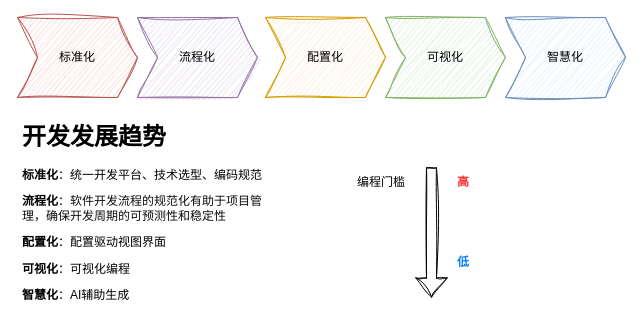
The draw.io diagram 低代码—zebras建设思路.drawio in tangyaosimida/love, before the edit. Source tidied: cells renumbered, new cells numbered last; positions are measured from the earlier drawing's top-left corner, leaving out a move shared by most shapes. Both pictures are drawn from the tidied source at 100%, with x=0, y=0 at pixel (17, 17).
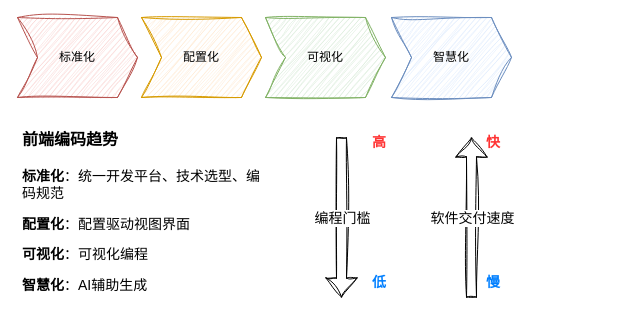
Above is the later version.

Commit message:
更新低代码—zebras建设思路.drawio

Change to the diagram source:
```diff
@@
 <mxGraphModel>
   <root>
     <mxCell id="0" />
     <mxCell id="1" parent="0" />
     <mxCell id="2" value="标准化" style="shape=step;perimeter=stepPerimeter;whiteSpace=wrap;html=1;fixedSize=1;fillColor=#f8cecc;strokeColor=#b85450;rounded=0;sketch=1;curveFitting=1;jiggle=2;" parent="1" vertex="1">
       <mxGeometry width="120" height="80" as="geometry" />
     </mxCell>
-    <mxCell id="3" value="流程化" style="shape=step;perimeter=stepPerimeter;whiteSpace=wrap;html=1;fixedSize=1;fillColor=#e1d5e7;strokeColor=#9673a6;rounded=0;sketch=1;curveFitting=1;jiggle=2;" parent="1" vertex="1">
-      <mxGeometry x="120" width="120" height="80" as="geometry" />
-    </mxCell>
     <mxCell id="4" value="配置化" style="shape=step;perimeter=stepPerimeter;whiteSpace=wrap;html=1;fixedSize=1;fillColor=#ffe6cc;strokeColor=#d79b00;rounded=0;sketch=1;curveFitting=1;jiggle=2;" parent="1" vertex="1">
-      <mxGeometry x="248" width="120" height="80" as="geometry" />
+      <mxGeometry x="124" width="120" height="80" as="geometry" />
     </mxCell>
     <mxCell id="5" value="可视化" style="shape=step;perimeter=stepPerimeter;whiteSpace=wrap;html=1;fixedSize=1;fillColor=#d5e8d4;strokeColor=#82b366;rounded=0;sketch=1;curveFitting=1;jiggle=2;" parent="1" vertex="1">
-      <mxGeometry x="368" width="120" height="80" as="geometry" />
+      <mxGeometry x="248" width="120" height="80" as="geometry" />
     </mxCell>
     <mxCell id="6" value="智慧化" style="shape=step;perimeter=stepPerimeter;whiteSpace=wrap;html=1;fixedSize=1;fillColor=#dae8fc;strokeColor=#6c8ebf;rounded=0;sketch=1;curveFitting=1;jiggle=2;" parent="1" vertex="1">
-      <mxGeometry x="488" width="120" height="80" as="geometry" />
+      <mxGeometry x="374" width="120" height="80" as="geometry" />
     </mxCell>
-    <mxCell id="7" value="&lt;h1&gt;开发发展趋势&lt;/h1&gt;&lt;p&gt;&lt;b&gt;标准化&lt;/b&gt;：统一开发平台、技术选型、编码规范&lt;/p&gt;&lt;p&gt;&lt;b&gt;流程化&lt;/b&gt;：&lt;span style=&quot;background-color: rgb(255, 255, 255); color: rgb(13, 13, 13); white-space-collapse: preserve;&quot;&gt;&lt;font face=&quot;Helvetica&quot; style=&quot;font-size: 12px;&quot;&gt;软件开发流程的规范化有助于项目管理，确保开发周期的可预测性和稳定性&lt;/font&gt;&lt;/span&gt;&lt;/p&gt;&lt;p&gt;&lt;b&gt;配置化&lt;/b&gt;：配置驱动视图界面&lt;/p&gt;&lt;p&gt;&lt;b&gt;可视化&lt;/b&gt;：可视化编程&lt;/p&gt;&lt;p&gt;&lt;b&gt;智慧化&lt;/b&gt;：AI辅助生成&lt;/p&gt;&lt;p&gt;&lt;br&gt;&lt;/p&gt;" style="text;html=1;spacing=5;spacingTop=-20;whiteSpace=wrap;overflow=hidden;rounded=0;sketch=1;curveFitting=1;jiggle=2;" parent="1" vertex="1">
+    <mxCell id="7" value="&lt;h1&gt;&lt;font style=&quot;font-size: 16px;&quot;&gt;前端编码趋势&lt;/font&gt;&lt;/h1&gt;&lt;p style=&quot;font-size: 14px;&quot;&gt;&lt;font style=&quot;font-size: 14px;&quot;&gt;&lt;b style=&quot;&quot;&gt;标准化&lt;/b&gt;：统一开发平台、技术选型、编码规范&lt;/font&gt;&lt;/p&gt;&lt;p style=&quot;font-size: 14px;&quot;&gt;&lt;font style=&quot;font-size: 14px;&quot;&gt;&lt;b&gt;配置化&lt;/b&gt;：配置驱动视图界面&lt;/font&gt;&lt;/p&gt;&lt;p style=&quot;font-size: 14px;&quot;&gt;&lt;font style=&quot;font-size: 14px;&quot;&gt;&lt;b&gt;可视化&lt;/b&gt;：可视化编程&lt;/font&gt;&lt;/p&gt;&lt;p style=&quot;font-size: 14px;&quot;&gt;&lt;font style=&quot;font-size: 14px;&quot;&gt;&lt;b style=&quot;&quot;&gt;智慧化&lt;/b&gt;：AI辅助生成&lt;/font&gt;&lt;/p&gt;&lt;p&gt;&lt;br&gt;&lt;/p&gt;" style="text;html=1;spacing=5;spacingTop=-20;whiteSpace=wrap;overflow=hidden;rounded=0;sketch=1;curveFitting=1;jiggle=2;" parent="1" vertex="1">
       <mxGeometry y="100" width="254" height="190" as="geometry" />
     </mxCell>
-    <mxCell id="8" value="高" style="text;html=1;align=center;verticalAlign=middle;whiteSpace=wrap;rounded=0;fontStyle=1;fontColor=#FF3333;sketch=1;curveFitting=1;jiggle=2;" parent="1" vertex="1">
-      <mxGeometry x="428" y="150" width="36" height="30" as="geometry" />
+    <mxCell id="8" value="&lt;font style=&quot;font-size: 14px;&quot;&gt;高&lt;/font&gt;" style="text;html=1;align=center;verticalAlign=middle;whiteSpace=wrap;rounded=0;fontStyle=1;fontColor=#FF3333;sketch=1;curveFitting=1;jiggle=2;" parent="1" vertex="1">
+      <mxGeometry x="344" y="110" width="36" height="30" as="geometry" />
     </mxCell>
     <mxCell id="9" style="shape=flexArrow;endArrow=classic;html=1;rounded=0;sketch=1;curveFitting=1;jiggle=2;" parent="1" edge="1">
       <mxGeometry relative="1" as="geometry">
-        <mxPoint x="414" y="150" as="sourcePoint" />
-        <mxPoint x="414" y="280" as="targetPoint" />
+        <mxPoint x="324" y="120" as="sourcePoint" />
+        <mxPoint x="324" y="280" as="targetPoint" />
       </mxGeometry>
     </mxCell>
+    <mxCell id="11" value="&lt;font style=&quot;font-size: 14px;&quot;&gt;编程门槛&lt;/font&gt;" style="edgeLabel;html=1;align=center;verticalAlign=middle;" parent="9" vertex="1">
+      <mxGeometry x="-0.11" y="2" relative="1" as="geometry">
+        <mxPoint x="-2" y="9" as="offset" />
+      </mxGeometry>
+    </mxCell>
-    <mxCell id="10" value="低" style="text;html=1;align=center;verticalAlign=middle;whiteSpace=wrap;rounded=0;fontStyle=1;fontColor=#007FFF;sketch=1;curveFitting=1;jiggle=2;" parent="1" vertex="1">
-      <mxGeometry x="428" y="230" width="36" height="30" as="geometry" />
+    <mxCell id="10" value="&lt;font style=&quot;font-size: 14px;&quot;&gt;低&lt;/font&gt;" style="text;html=1;align=center;verticalAlign=middle;whiteSpace=wrap;rounded=0;fontStyle=1;fontColor=#007FFF;sketch=1;curveFitting=1;jiggle=2;" parent="1" vertex="1">
+      <mxGeometry x="344" y="250" width="36" height="30" as="geometry" />
     </mxCell>
-    <mxCell id="11" value="编程门槛" style="text;html=1;align=center;verticalAlign=middle;whiteSpace=wrap;rounded=0;sketch=1;curveFitting=1;jiggle=2;" parent="1" vertex="1">
-      <mxGeometry x="334" y="150" width="60" height="30" as="geometry" />
-    </mxCell>
+    <mxCell id="12" style="shape=flexArrow;endArrow=classic;html=1;rounded=0;sketch=1;curveFitting=1;jiggle=2;" parent="1" edge="1">
+      <mxGeometry relative="1" as="geometry">
+        <mxPoint x="454" y="280" as="sourcePoint" />
+        <mxPoint x="454" y="120" as="targetPoint" />
+      </mxGeometry>
+    </mxCell>
+    <mxCell id="13" value="&lt;font style=&quot;font-size: 14px;&quot;&gt;软件交付速度&lt;/font&gt;" style="edgeLabel;html=1;align=center;verticalAlign=middle;" parent="12" vertex="1">
+      <mxGeometry x="0.04" y="-2" relative="1" as="geometry">
+        <mxPoint x="-2" y="3" as="offset" />
+      </mxGeometry>
+    </mxCell>
+    <mxCell id="14" value="&lt;font style=&quot;font-size: 14px;&quot;&gt;快&lt;/font&gt;" style="text;html=1;align=center;verticalAlign=middle;whiteSpace=wrap;rounded=0;fontStyle=1;fontColor=#FF3333;sketch=1;curveFitting=1;jiggle=2;" parent="1" vertex="1">
+      <mxGeometry x="458" y="110" width="36" height="30" as="geometry" />
+    </mxCell>
+    <mxCell id="15" value="&lt;font style=&quot;font-size: 14px;&quot;&gt;慢&lt;/font&gt;" style="text;html=1;align=center;verticalAlign=middle;whiteSpace=wrap;rounded=0;fontStyle=1;fontColor=#007FFF;sketch=1;curveFitting=1;jiggle=2;" parent="1" vertex="1">
+      <mxGeometry x="458" y="250" width="36" height="30" as="geometry" />
+    </mxCell>
   </root>
 </mxGraphModel>
```
